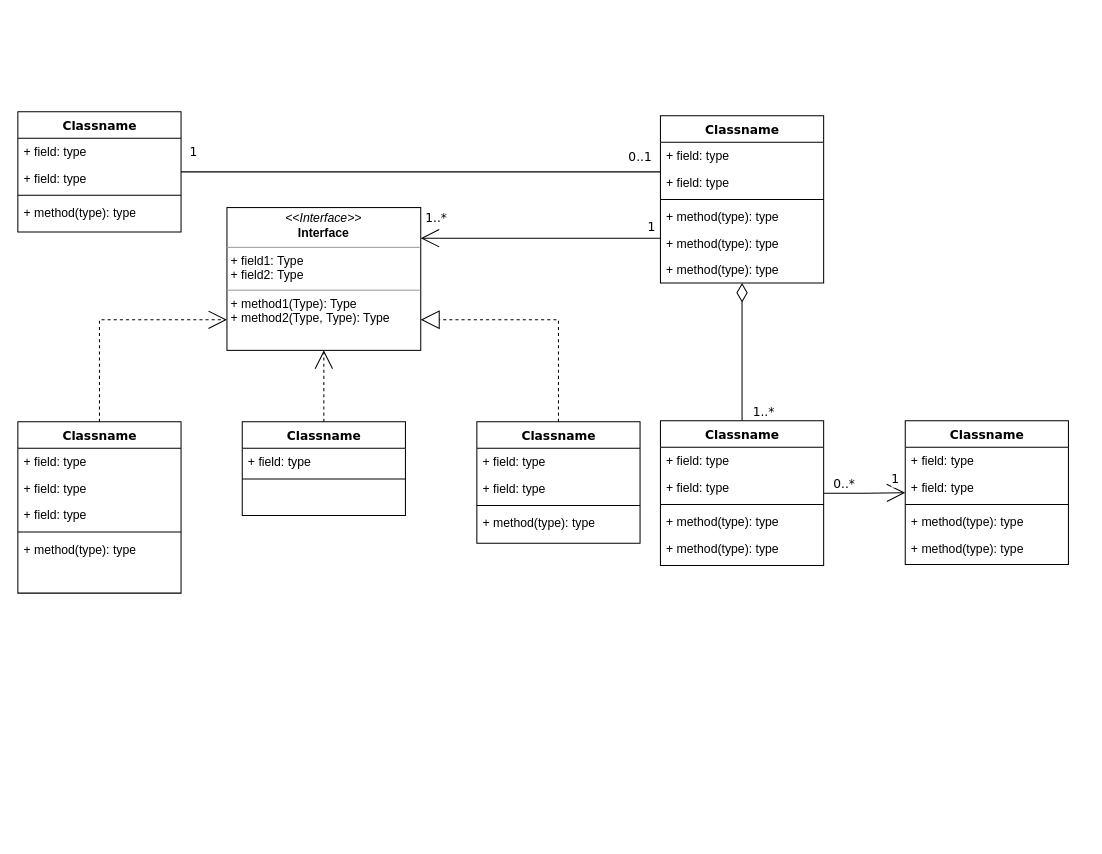
Before: Resources/Untitled Diagram.drawio in sraddhanjali/Sphere-Controller-Physics-Based-Interactive-Pattern-Recognition-in-Unity, a draw.io diagram. Source tidied: cells renumbered, new cells numbered last; positions are measured from the earlier drawing's top-left corner, leaving out a move shared by most shapes. Both pictures are drawn from the tidied source at 102%, with x=0, y=0 at pixel (17, 111).
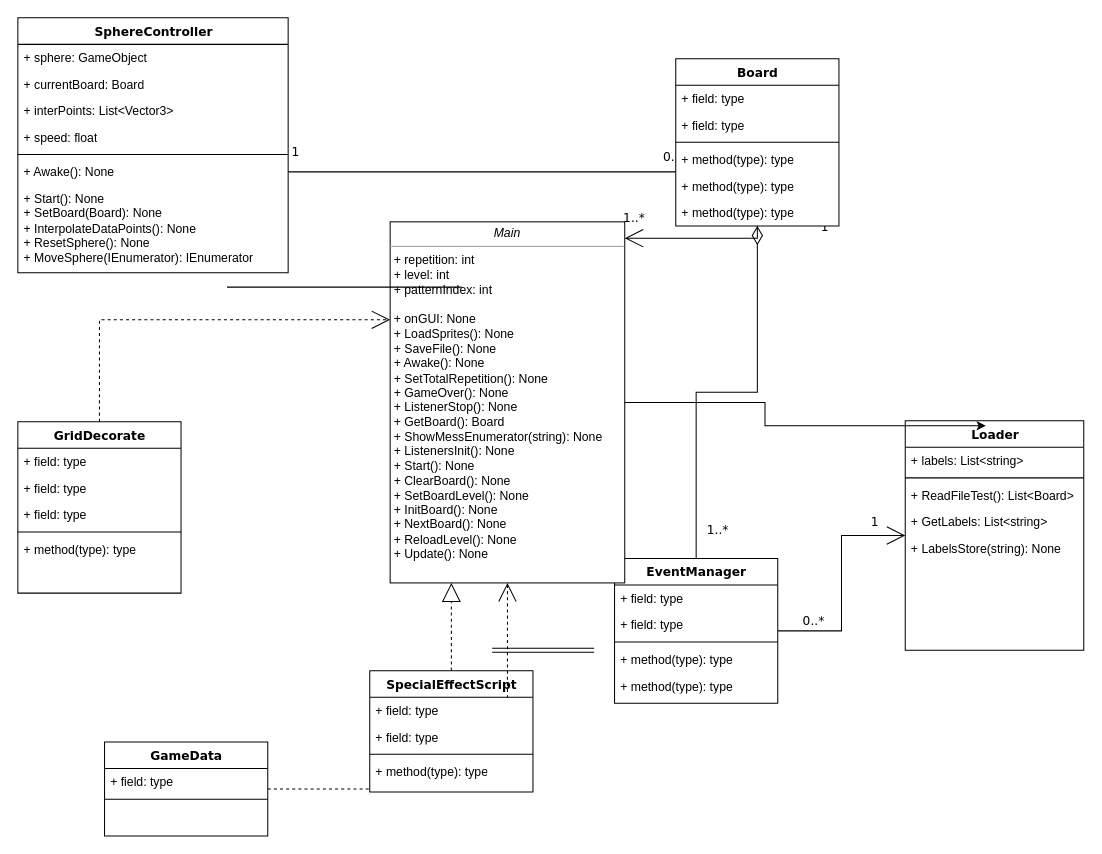
The same diagram, later.

Diff of the diagram source:
```diff
@@
-    <mxCell id="3" value="Classname" style="swimlane;html=1;fontStyle=1;align=center;verticalAlign=top;horizontal=1;startSize=26;swimlaneFillColor=#ffffff;rounded=0;shadow=0;comic=0;labelBackgroundColor=none;strokeWidth=1;fillColor=none;fontFamily=Verdana;fontSize=12;" parent="1" vertex="1">
+    <mxCell id="3" value="GridDecorate" style="swimlane;html=1;fontStyle=1;align=center;verticalAlign=top;horizontal=1;startSize=26;swimlaneFillColor=#ffffff;rounded=0;shadow=0;comic=0;labelBackgroundColor=none;strokeWidth=1;fillColor=none;fontFamily=Verdana;fontSize=12;" parent="1" vertex="1">
       <mxGeometry y="304" width="160" height="168" as="geometry" />
     </mxCell>
@@
-    <mxCell id="9" value="Classname" style="swimlane;html=1;fontStyle=1;align=center;verticalAlign=top;horizontal=1;startSize=26;swimlaneFillColor=#ffffff;rounded=0;shadow=0;comic=0;labelBackgroundColor=none;strokeWidth=1;fillColor=none;fontFamily=Verdana;fontSize=12;" parent="1" vertex="1">
-      <mxGeometry width="160" height="118" as="geometry" />
+    <mxCell id="9" value="SphereController" style="swimlane;html=1;fontStyle=1;align=center;verticalAlign=top;horizontal=1;startSize=26;swimlaneFillColor=#ffffff;rounded=0;shadow=0;comic=0;labelBackgroundColor=none;strokeWidth=1;fillColor=none;fontFamily=Verdana;fontSize=12;" parent="1" vertex="1">
+      <mxGeometry y="-92" width="265" height="250" as="geometry" />
     </mxCell>
-    <mxCell id="10" value="+ field: type" style="text;html=1;strokeColor=none;fillColor=none;align=left;verticalAlign=top;spacingLeft=4;spacingRight=4;whiteSpace=wrap;overflow=hidden;" parent="9" vertex="1">
-      <mxGeometry y="26" width="160" height="26" as="geometry" />
+    <mxCell id="10" value="+ sphere: GameObject" style="text;html=1;strokeColor=none;fillColor=none;align=left;verticalAlign=top;spacingLeft=4;spacingRight=4;whiteSpace=wrap;overflow=hidden;" parent="9" vertex="1">
+      <mxGeometry y="26" width="265" height="26" as="geometry" />
     </mxCell>
-    <mxCell id="11" value="+ field: type" style="text;html=1;strokeColor=none;fillColor=none;align=left;verticalAlign=top;spacingLeft=4;spacingRight=4;whiteSpace=wrap;overflow=hidden;" parent="9" vertex="1">
-      <mxGeometry y="52" width="160" height="26" as="geometry" />
+    <mxCell id="11" value="+ currentBoard: Board" style="text;html=1;strokeColor=none;fillColor=none;align=left;verticalAlign=top;spacingLeft=4;spacingRight=4;whiteSpace=wrap;overflow=hidden;" parent="9" vertex="1">
+      <mxGeometry y="52" width="265" height="26" as="geometry" />
     </mxCell>
+    <mxCell id="55" value="+ interPoints: List&amp;lt;Vector3&amp;gt;" style="text;html=1;strokeColor=none;fillColor=none;align=left;verticalAlign=top;spacingLeft=4;spacingRight=4;whiteSpace=wrap;overflow=hidden;" parent="9" vertex="1">
+      <mxGeometry y="78" width="265" height="26" as="geometry" />
+    </mxCell>
+    <mxCell id="56" value="+ speed: float" style="text;html=1;strokeColor=none;fillColor=none;align=left;verticalAlign=top;spacingLeft=4;spacingRight=4;whiteSpace=wrap;overflow=hidden;" parent="9" vertex="1">
+      <mxGeometry y="104" width="265" height="26" as="geometry" />
+    </mxCell>
     <mxCell id="12" style="line;html=1;strokeWidth=1;fillColor=none;align=left;verticalAlign=middle;spacingTop=-1;spacingLeft=3;spacingRight=3;labelPosition=right;" parent="9" vertex="1">
-      <mxGeometry y="78" width="160" height="8" as="geometry" />
+      <mxGeometry y="130" width="265" height="8" as="geometry" />
     </mxCell>
-    <mxCell id="13" value="+ method(type): type" style="text;html=1;strokeColor=none;fillColor=none;align=left;verticalAlign=top;spacingLeft=4;spacingRight=4;whiteSpace=wrap;overflow=hidden;" parent="9" vertex="1">
-      <mxGeometry y="86" width="160" height="26" as="geometry" />
+    <mxCell id="13" value="+ Awake(): None" style="text;html=1;strokeColor=none;fillColor=none;align=left;verticalAlign=top;spacingLeft=4;spacingRight=4;whiteSpace=wrap;overflow=hidden;" parent="9" vertex="1">
+      <mxGeometry y="138" width="265" height="26" as="geometry" />
     </mxCell>
+    <mxCell id="57" value="+ Start(): None&lt;div&gt;+ SetBoard(Board): None&lt;/div&gt;&lt;div&gt;+ InterpolateDataPoints(): None&lt;/div&gt;&lt;div&gt;+ ResetSphere(): None&lt;/div&gt;&lt;div&gt;+ MoveSphere(IEnumerator): IEnumerator&lt;/div&gt;" style="text;html=1;strokeColor=none;fillColor=none;align=left;verticalAlign=top;spacingLeft=4;spacingRight=4;whiteSpace=wrap;overflow=hidden;" parent="9" vertex="1">
+      <mxGeometry y="164" width="265" height="86" as="geometry" />
+    </mxCell>
@@
-    <mxCell id="20" value="Classname" style="swimlane;html=1;fontStyle=1;align=center;verticalAlign=top;horizontal=1;startSize=26;swimlaneFillColor=#ffffff;rounded=0;shadow=0;comic=0;labelBackgroundColor=none;strokeWidth=1;fillColor=none;fontFamily=Verdana;fontSize=12;" parent="1" vertex="1">
-      <mxGeometry x="630" y="4" width="160" height="164" as="geometry" />
+    <mxCell id="20" value="Board" style="swimlane;html=1;fontStyle=1;align=center;verticalAlign=top;horizontal=1;startSize=26;swimlaneFillColor=#ffffff;rounded=0;shadow=0;comic=0;labelBackgroundColor=none;strokeWidth=1;fillColor=none;fontFamily=Verdana;fontSize=12;" parent="1" vertex="1">
+      <mxGeometry x="645" y="-52" width="160" height="164" as="geometry" />
     </mxCell>
@@
-    <mxCell id="28" value="Classname" style="swimlane;html=1;fontStyle=1;align=center;verticalAlign=top;horizontal=1;startSize=26;swimlaneFillColor=#ffffff;rounded=0;shadow=0;comic=0;labelBackgroundColor=none;strokeWidth=1;fillColor=none;fontFamily=Verdana;fontSize=12;" parent="1" vertex="1">
-      <mxGeometry x="220" y="304" width="160" height="92" as="geometry" />
+    <mxCell id="28" value="GameData" style="swimlane;html=1;fontStyle=1;align=center;verticalAlign=top;horizontal=1;startSize=26;swimlaneFillColor=#ffffff;rounded=0;shadow=0;comic=0;labelBackgroundColor=none;strokeWidth=1;fillColor=none;fontFamily=Verdana;fontSize=12;" parent="1" vertex="1">
+      <mxGeometry x="85" y="618" width="160" height="92" as="geometry" />
     </mxCell>
@@
-    <mxCell id="36" value="Classname" style="swimlane;html=1;fontStyle=1;align=center;verticalAlign=top;horizontal=1;startSize=26;swimlaneFillColor=#ffffff;rounded=0;shadow=0;comic=0;labelBackgroundColor=none;strokeWidth=1;fillColor=none;fontFamily=Verdana;fontSize=12;" parent="1" vertex="1">
-      <mxGeometry x="630" y="303" width="160" height="142" as="geometry" />
+    <mxCell id="36" value="EventManager" style="swimlane;html=1;fontStyle=1;align=center;verticalAlign=top;horizontal=1;startSize=26;swimlaneFillColor=#ffffff;rounded=0;shadow=0;comic=0;labelBackgroundColor=none;strokeWidth=1;fillColor=none;fontFamily=Verdana;fontSize=12;" parent="1" vertex="1">
+      <mxGeometry x="585" y="438" width="160" height="142" as="geometry" />
     </mxCell>
@@
-    <mxCell id="42" value="Classname" style="swimlane;html=1;fontStyle=1;align=center;verticalAlign=top;horizontal=1;startSize=26;swimlaneFillColor=#ffffff;rounded=0;shadow=0;comic=0;labelBackgroundColor=none;strokeWidth=1;fillColor=none;fontFamily=Verdana;fontSize=12;" parent="1" vertex="1">
-      <mxGeometry x="870" y="303" width="160" height="141" as="geometry" />
+    <mxCell id="42" value="Loader" style="swimlane;html=1;fontStyle=1;align=center;verticalAlign=top;horizontal=1;startSize=26;swimlaneFillColor=#ffffff;rounded=0;shadow=0;comic=0;labelBackgroundColor=none;strokeWidth=1;fillColor=none;fontFamily=Verdana;fontSize=12;" parent="1" vertex="1">
+      <mxGeometry x="870" y="303" width="175" height="225" as="geometry" />
     </mxCell>
-    <mxCell id="43" value="+ field: type" style="text;html=1;strokeColor=none;fillColor=none;align=left;verticalAlign=top;spacingLeft=4;spacingRight=4;whiteSpace=wrap;overflow=hidden;" parent="42" vertex="1">
-      <mxGeometry y="26" width="160" height="26" as="geometry" />
+    <mxCell id="43" value="+ labels: List&amp;lt;string&amp;gt;" style="text;html=1;strokeColor=none;fillColor=none;align=left;verticalAlign=top;spacingLeft=4;spacingRight=4;whiteSpace=wrap;overflow=hidden;" parent="42" vertex="1">
+      <mxGeometry y="26" width="175" height="26" as="geometry" />
     </mxCell>
-    <mxCell id="44" value="+ field: type" style="text;html=1;strokeColor=none;fillColor=none;align=left;verticalAlign=top;spacingLeft=4;spacingRight=4;whiteSpace=wrap;overflow=hidden;" parent="42" vertex="1">
-      <mxGeometry y="52" width="160" height="26" as="geometry" />
-    </mxCell>
     <mxCell id="45" style="line;html=1;strokeWidth=1;fillColor=none;align=left;verticalAlign=middle;spacingTop=-1;spacingLeft=3;spacingRight=3;labelPosition=right;" parent="42" vertex="1">
-      <mxGeometry y="78" width="160" height="8" as="geometry" />
+      <mxGeometry y="52" width="175" height="8" as="geometry" />
     </mxCell>
-    <mxCell id="46" value="+ method(type): type" style="text;html=1;strokeColor=none;fillColor=none;align=left;verticalAlign=top;spacingLeft=4;spacingRight=4;whiteSpace=wrap;overflow=hidden;" parent="42" vertex="1">
-      <mxGeometry y="86" width="160" height="26" as="geometry" />
+    <mxCell id="46" value="+ ReadFileTest(): List&amp;lt;Board&amp;gt;" style="text;html=1;strokeColor=none;fillColor=none;align=left;verticalAlign=top;spacingLeft=4;spacingRight=4;whiteSpace=wrap;overflow=hidden;" parent="42" vertex="1">
+      <mxGeometry y="60" width="175" height="26" as="geometry" />
     </mxCell>
-    <mxCell id="47" value="+ method(type): type" style="text;html=1;strokeColor=none;fillColor=none;align=left;verticalAlign=top;spacingLeft=4;spacingRight=4;whiteSpace=wrap;overflow=hidden;" parent="42" vertex="1">
-      <mxGeometry y="112" width="160" height="26" as="geometry" />
+    <mxCell id="47" value="+ GetLabels: List&amp;lt;string&amp;gt;" style="text;html=1;strokeColor=none;fillColor=none;align=left;verticalAlign=top;spacingLeft=4;spacingRight=4;whiteSpace=wrap;overflow=hidden;" parent="42" vertex="1">
+      <mxGeometry y="86" width="175" height="26" as="geometry" />
     </mxCell>
+    <mxCell id="58" value="+ LabelsStore(string): None" style="text;html=1;strokeColor=none;fillColor=none;align=left;verticalAlign=top;spacingLeft=4;spacingRight=4;whiteSpace=wrap;overflow=hidden;" parent="42" vertex="1">
+      <mxGeometry y="112" width="175" height="26" as="geometry" />
+    </mxCell>
@@
-    <mxCell id="49" value="Classname" style="swimlane;html=1;fontStyle=1;align=center;verticalAlign=top;horizontal=1;startSize=26;swimlaneFillColor=#ffffff;rounded=0;shadow=0;comic=0;labelBackgroundColor=none;strokeWidth=1;fillColor=none;fontFamily=Verdana;fontSize=12;" parent="1" vertex="1">
-      <mxGeometry x="450" y="304" width="160" height="119" as="geometry" />
+    <mxCell id="49" value="SpecialEffectScript" style="swimlane;html=1;fontStyle=1;align=center;verticalAlign=top;horizontal=1;startSize=26;swimlaneFillColor=#ffffff;rounded=0;shadow=0;comic=0;labelBackgroundColor=none;strokeWidth=1;fillColor=none;fontFamily=Verdana;fontSize=12;" parent="1" vertex="1">
+      <mxGeometry x="345" y="548" width="160" height="119" as="geometry" />
     </mxCell>
@@
+    <mxCell id="59" style="edgeStyle=orthogonalEdgeStyle;rounded=0;jettySize=auto;html=1;exitX=1;exitY=0.5;exitDx=0;exitDy=0;entryX=0.451;entryY=0.022;entryDx=0;entryDy=0;entryPerimeter=0;" parent="1" edge="1" source="54" target="42">
+      <mxGeometry relative="1" as="geometry" />
+    </mxCell>
-    <mxCell id="54" value="&lt;p style=&quot;margin:0px;margin-top:4px;text-align:center;&quot;&gt;&lt;i&gt;&amp;lt;&amp;lt;Interface&amp;gt;&amp;gt;&lt;/i&gt;&lt;br/&gt;&lt;b&gt;Interface&lt;/b&gt;&lt;/p&gt;&lt;hr size=&quot;1&quot;/&gt;&lt;p style=&quot;margin:0px;margin-left:4px;&quot;&gt;+ field1: Type&lt;br/&gt;+ field2: Type&lt;/p&gt;&lt;hr size=&quot;1&quot;/&gt;&lt;p style=&quot;margin:0px;margin-left:4px;&quot;&gt;+ method1(Type): Type&lt;br/&gt;+ method2(Type, Type): Type&lt;/p&gt;" style="verticalAlign=top;align=left;overflow=fill;fontSize=12;fontFamily=Helvetica;html=1;rounded=0;shadow=0;comic=0;labelBackgroundColor=none;strokeWidth=1;" parent="1" vertex="1">
-      <mxGeometry x="205" y="94" width="190" height="140" as="geometry" />
+    <mxCell id="54" value="&lt;p style=&quot;margin:0px;margin-top:4px;text-align:center;&quot;&gt;&lt;i&gt;Main&lt;/i&gt;&lt;/p&gt;&lt;hr size=&quot;1&quot;&gt;&lt;p style=&quot;margin:0px;margin-left:4px;&quot;&gt;+ repetition: int&lt;br&gt;+ level: int&lt;/p&gt;&lt;p style=&quot;margin:0px;margin-left:4px;&quot;&gt;+ patternIndex: int&lt;/p&gt;&lt;p style=&quot;margin:0px;margin-left:4px;&quot;&gt;&lt;br&gt;&lt;/p&gt;&lt;p style=&quot;margin:0px;margin-left:4px;&quot;&gt;+ onGUI: None&lt;/p&gt;&lt;p style=&quot;margin:0px;margin-left:4px;&quot;&gt;+ LoadSprites(): None&lt;/p&gt;&lt;p style=&quot;margin:0px;margin-left:4px;&quot;&gt;+ SaveFile(): None&lt;/p&gt;&lt;p style=&quot;margin:0px;margin-left:4px;&quot;&gt;+ Awake(): None&lt;/p&gt;&lt;p style=&quot;margin:0px;margin-left:4px;&quot;&gt;+ SetTotalRepetition(): None&lt;/p&gt;&lt;p style=&quot;margin:0px;margin-left:4px;&quot;&gt;+ GameOver(): None&lt;/p&gt;&lt;p style=&quot;margin:0px;margin-left:4px;&quot;&gt;+ ListenerStop(): None&lt;/p&gt;&lt;p style=&quot;margin:0px;margin-left:4px;&quot;&gt;+ GetBoard(): Board&lt;/p&gt;&lt;p style=&quot;margin:0px;margin-left:4px;&quot;&gt;+ ShowMessEnumerator(string): None&lt;/p&gt;&lt;p style=&quot;margin:0px;margin-left:4px;&quot;&gt;+ ListenersInit(): None&lt;/p&gt;&lt;p style=&quot;margin:0px;margin-left:4px;&quot;&gt;+ Start(): None&lt;/p&gt;&lt;p style=&quot;margin:0px;margin-left:4px;&quot;&gt;+ ClearBoard(): None&lt;/p&gt;&lt;p style=&quot;margin:0px;margin-left:4px;&quot;&gt;+ SetBoardLevel(): None&lt;/p&gt;&lt;p style=&quot;margin:0px;margin-left:4px;&quot;&gt;+ InitBoard(): None&lt;/p&gt;&lt;p style=&quot;margin:0px;margin-left:4px;&quot;&gt;+ NextBoard(): None&lt;/p&gt;&lt;p style=&quot;margin:0px;margin-left:4px;&quot;&gt;+ ReloadLevel(): None&lt;/p&gt;&lt;p style=&quot;margin:0px;margin-left:4px;&quot;&gt;+ Update(): None&lt;/p&gt;&lt;p style=&quot;margin:0px;margin-left:4px;&quot;&gt;&lt;br&gt;&lt;/p&gt;&lt;p style=&quot;margin:0px;margin-left:4px;&quot;&gt;&lt;br&gt;&lt;/p&gt;" style="verticalAlign=top;align=left;overflow=fill;fontSize=12;fontFamily=Helvetica;html=1;rounded=0;shadow=0;comic=0;labelBackgroundColor=none;strokeWidth=1;" parent="1" vertex="1">
+      <mxGeometry x="365" y="108" width="230" height="354" as="geometry" />
     </mxCell>
+    <mxCell id="60" style="shape=link;html=1;rounded=0;" parent="1" edge="1">
+      <mxGeometry relative="1" as="geometry">
+        <mxPoint x="465" y="528" as="sourcePoint" />
+        <mxPoint x="565" y="528" as="targetPoint" />
+      </mxGeometry>
+    </mxCell>
+    <mxCell id="61" style="line;html=1;strokeWidth=1;fillColor=none;align=left;verticalAlign=middle;spacingTop=-1;spacingLeft=3;spacingRight=3;labelPosition=right;" parent="1" vertex="1">
+      <mxGeometry x="205" y="168" width="230" height="8" as="geometry" />
+    </mxCell>
```
